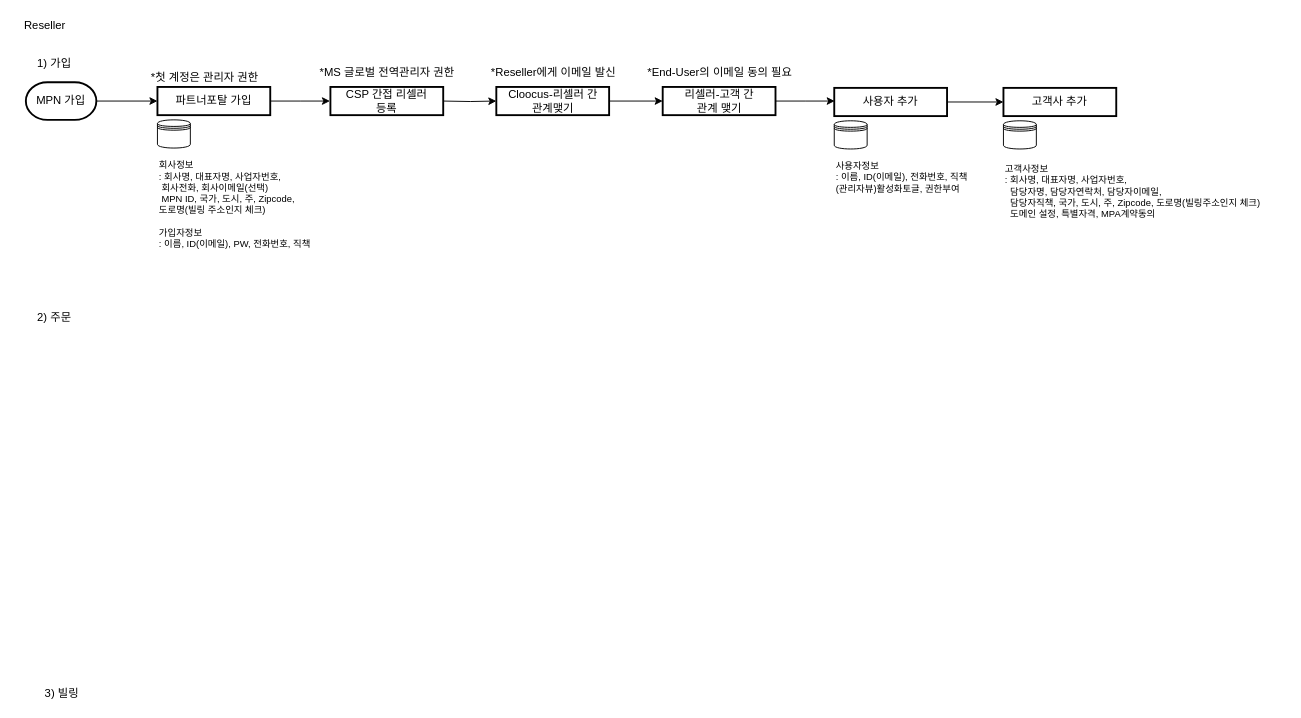
Earlier version of the draw.io diagram 상품 별 Flow.drawio (Lucidhomme/TIL). Source tidied: cells renumbered, new cells numbered last; positions are measured from the earlier drawing's top-left corner, leaving out a move shared by most shapes. Both pictures are drawn from the tidied source at 94%, with x=0, y=0 at pixel (16, 16).
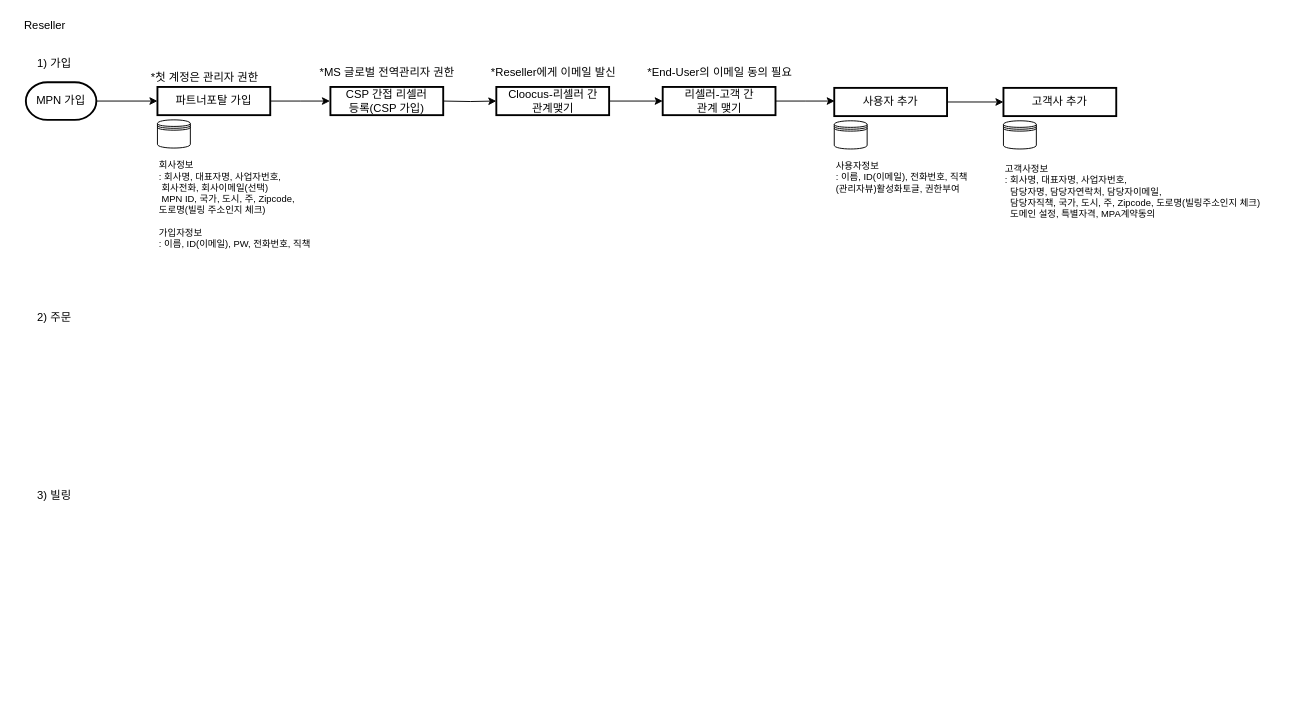
The same page after the edit.

Change to the diagram source:
```diff
@@
     <mxCell id="5" value="3) 빌링" style="text;html=1;align=center;verticalAlign=middle;fillColor=none;strokeColor=none;rounded=0;" parent="1" vertex="1">
-      <mxGeometry x="22.5" y="710" width="50" height="20" as="geometry" />
+      <mxGeometry x="15" y="500" width="50" height="20" as="geometry" />
     </mxCell>
@@
-    <mxCell id="16" value="CSP 간접 리셀러&lt;br&gt;등록" style="whiteSpace=wrap;html=1;strokeWidth=2;" parent="1" vertex="1">
+    <mxCell id="16" value="CSP 간접 리셀러&lt;br&gt;등록(CSP 가입)" style="whiteSpace=wrap;html=1;strokeWidth=2;" parent="1" vertex="1">
       <mxGeometry x="334" y="75" width="120" height="30" as="geometry" />
     </mxCell>
```
